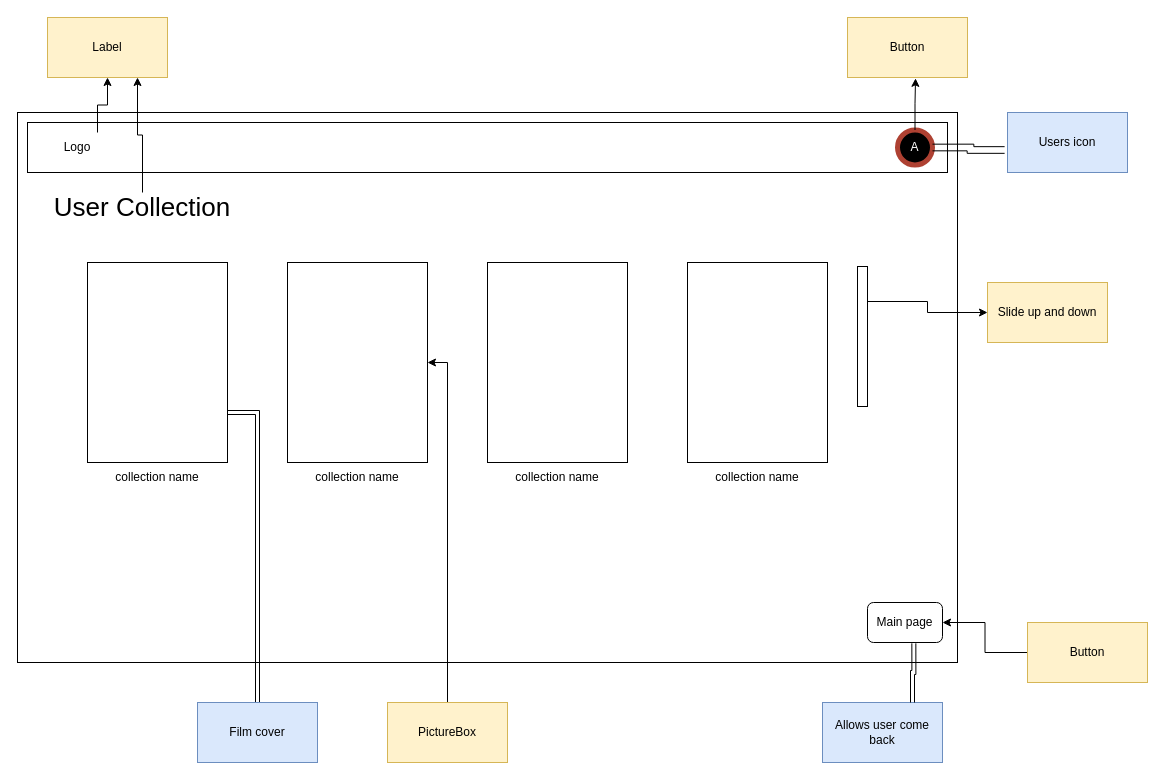
This is page "Collection page" (4 of 10) of Диаграмма без названия.drawio from LisaStrsh/HSE_code, a draw.io file, before an edit. Source tidied: cells renumbered, new cells numbered last; positions are measured from the earlier drawing's top-left corner, leaving out a move shared by most shapes. Both pictures are drawn from the tidied source at 100%, with x=0, y=0 at pixel (17, 17). Pictures stored in the file or linked from it are replaced by grey dashed boxes.
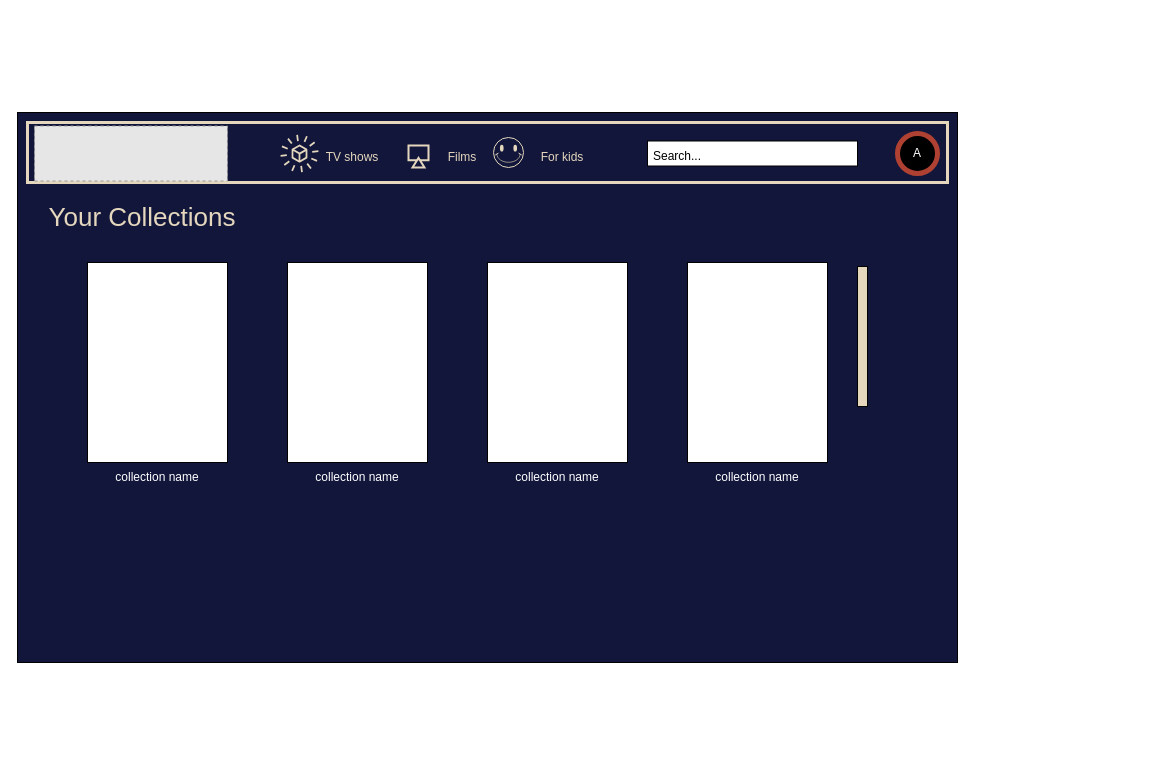
Above is the later version.

The change refers to these unchanged cells:
```xml
<mxCell id="6" value="Logo" style="text;html=1;align=center;verticalAlign=middle;whiteSpace=wrap;rounded=0;" parent="1" vertex="1">
  <mxGeometry x="20" y="115" width="80" height="30" as="geometry" />
</mxCell>
<mxCell id="9" style="rounded=0;whiteSpace=wrap;html=1;" parent="1" vertex="1">
  <mxGeometry x="70" y="245" width="140" height="200" as="geometry" />
</mxCell>
<mxCell id="10" style="rounded=0;whiteSpace=wrap;html=1;" parent="1" vertex="1">
  <mxGeometry x="270" y="245" width="140" height="200" as="geometry" />
</mxCell>
```

Change to the diagram source:
```diff
@@
-    <mxCell id="2" style="rounded=0;whiteSpace=wrap;html=1;" parent="1" vertex="1">
+    <mxCell id="2" style="rounded=0;whiteSpace=wrap;html=1;fillColor=#12163A;" parent="1" vertex="1">
       <mxGeometry y="95" width="940" height="550" as="geometry" />
     </mxCell>
-    <mxCell id="3" style="rounded=0;whiteSpace=wrap;html=1;" parent="1" vertex="1">
-      <mxGeometry x="10" y="105" width="920" height="50" as="geometry" />
+    <mxCell id="3" style="rounded=0;whiteSpace=wrap;html=1;fillColor=#12163A;strokeWidth=3;strokeColor=#E4D7BE;" parent="1" vertex="1">
+      <mxGeometry x="10" y="105" width="920" height="60" as="geometry" />
     </mxCell>
-    <mxCell id="4" value="&lt;font color=&quot;#ffffff&quot;&gt;&lt;span style=&quot;caret-color: rgb(255, 255, 255);&quot;&gt;А&lt;/span&gt;&lt;/font&gt;" style="ellipse;whiteSpace=wrap;html=1;fillColor=#000000;strokeColor=#ae4132;strokeWidth=5;" parent="1" vertex="1">
-      <mxGeometry x="880" y="112.5" width="35" height="35" as="geometry" />
-    </mxCell>
-    <mxCell id="5" style="edgeStyle=orthogonalEdgeStyle;rounded=0;jettySize=auto;html=1;exitX=0.75;exitY=0;exitDx=0;exitDy=0;" parent="1" edge="1" source="6" target="23">
-      <mxGeometry relative="1" as="geometry" />
-    </mxCell>
@@
-    <mxCell id="7" style="edgeStyle=orthogonalEdgeStyle;rounded=0;jettySize=auto;html=1;exitX=0.5;exitY=0;exitDx=0;exitDy=0;entryX=0.75;entryY=1;entryDx=0;entryDy=0;" parent="1" edge="1" source="8" target="23">
-      <mxGeometry relative="1" as="geometry" />
-    </mxCell>
-    <mxCell id="8" value="User Collection" style="text;html=1;align=center;verticalAlign=middle;whiteSpace=wrap;rounded=0;fontSize=26;" parent="1" vertex="1">
-      <mxGeometry x="10" y="175" width="230" height="30" as="geometry" />
+    <mxCell id="8" value="Your Collections" style="text;html=1;align=center;verticalAlign=middle;whiteSpace=wrap;rounded=0;fontSize=26;fontColor=#E4D7BE;" parent="1" vertex="1">
+      <mxGeometry x="10" y="185" width="230" height="30" as="geometry" />
     </mxCell>
@@
-    <mxCell id="13" value="&lt;span style=&quot;font-size: 12.000001px;&quot;&gt;collection name&lt;/span&gt;" style="text;html=1;align=center;verticalAlign=middle;whiteSpace=wrap;rounded=0;" parent="1" vertex="1">
+    <mxCell id="13" value="&lt;span style=&quot;font-size: 12.000001px;&quot;&gt;collection name&lt;/span&gt;" style="text;html=1;align=center;verticalAlign=middle;whiteSpace=wrap;rounded=0;fontColor=#FFFFFF;" parent="1" vertex="1">
       <mxGeometry x="75" y="445" width="130" height="30" as="geometry" />
     </mxCell>
-    <mxCell id="14" value="&lt;span style=&quot;font-size: 12.000001px;&quot;&gt;collection name&lt;/span&gt;" style="text;html=1;align=center;verticalAlign=middle;whiteSpace=wrap;rounded=0;" parent="1" vertex="1">
+    <mxCell id="14" value="&lt;span style=&quot;font-size: 12.000001px;&quot;&gt;collection name&lt;/span&gt;" style="text;html=1;align=center;verticalAlign=middle;whiteSpace=wrap;rounded=0;fontColor=#FFFFFF;" parent="1" vertex="1">
       <mxGeometry x="275" y="445" width="130" height="30" as="geometry" />
     </mxCell>
-    <mxCell id="15" value="&lt;span style=&quot;font-size: 12.000001px;&quot;&gt;collection name&lt;/span&gt;" style="text;html=1;align=center;verticalAlign=middle;whiteSpace=wrap;rounded=0;" parent="1" vertex="1">
+    <mxCell id="15" value="&lt;span style=&quot;font-size: 12.000001px;&quot;&gt;collection name&lt;/span&gt;" style="text;html=1;align=center;verticalAlign=middle;whiteSpace=wrap;rounded=0;fontColor=#FFFFFF;" parent="1" vertex="1">
       <mxGeometry x="475" y="445" width="130" height="30" as="geometry" />
     </mxCell>
-    <mxCell id="16" value="&lt;span style=&quot;font-size: 12.000001px;&quot;&gt;collection name&lt;/span&gt;" style="text;html=1;align=center;verticalAlign=middle;whiteSpace=wrap;rounded=0;" parent="1" vertex="1">
+    <mxCell id="16" value="&lt;span style=&quot;font-size: 12.000001px;&quot;&gt;collection name&lt;/span&gt;" style="text;html=1;align=center;verticalAlign=middle;whiteSpace=wrap;rounded=0;fontColor=#FFFFFF;" parent="1" vertex="1">
       <mxGeometry x="675" y="445" width="130" height="30" as="geometry" />
     </mxCell>
-    <mxCell id="17" value="Main page" style="rounded=1;whiteSpace=wrap;html=1;" parent="1" vertex="1">
-      <mxGeometry x="850" y="585" width="75" height="40" as="geometry" />
-    </mxCell>
-    <mxCell id="18" style="edgeStyle=orthogonalEdgeStyle;rounded=0;jettySize=auto;html=1;exitX=1;exitY=0.25;exitDx=0;exitDy=0;entryX=0;entryY=0.5;entryDx=0;entryDy=0;" parent="1" edge="1" source="19" target="20">
-      <mxGeometry relative="1" as="geometry" />
-    </mxCell>
-    <mxCell id="19" style="rounded=0;whiteSpace=wrap;html=1;" parent="1" vertex="1">
+    <mxCell id="19" style="rounded=0;whiteSpace=wrap;html=1;fillColor=#E4D7BE;" parent="1" vertex="1">
       <mxGeometry x="840" y="249" width="10" height="140" as="geometry" />
     </mxCell>
-    <mxCell id="20" value="Slide up and down" style="rounded=0;whiteSpace=wrap;html=1;fillColor=#fff2cc;strokeColor=#d6b656;" parent="1" vertex="1">
-      <mxGeometry x="970" y="265" width="120" height="60" as="geometry" />
-    </mxCell>
-    <mxCell id="21" value="Button" style="rounded=0;whiteSpace=wrap;html=1;fillColor=#fff2cc;strokeColor=#d6b656;" parent="1" vertex="1">
-      <mxGeometry x="830" width="120" height="60" as="geometry" />
-    </mxCell>
-    <mxCell id="22" value="Users icon" style="rounded=0;whiteSpace=wrap;html=1;fillColor=#dae8fc;strokeColor=#6c8ebf;" parent="1" vertex="1">
-      <mxGeometry x="990" y="95" width="120" height="60" as="geometry" />
-    </mxCell>
-    <mxCell id="23" value="Label" style="rounded=0;whiteSpace=wrap;html=1;fillColor=#fff2cc;strokeColor=#d6b656;" parent="1" vertex="1">
-      <mxGeometry x="30" width="120" height="60" as="geometry" />
-    </mxCell>
-    <mxCell id="24" style="edgeStyle=orthogonalEdgeStyle;rounded=0;jettySize=auto;html=1;exitX=0.5;exitY=0;exitDx=0;exitDy=0;entryX=1;entryY=0.75;entryDx=0;entryDy=0;shape=link;" parent="1" edge="1" source="25" target="9">
-      <mxGeometry relative="1" as="geometry" />
-    </mxCell>
-    <mxCell id="25" value="Film cover" style="rounded=0;whiteSpace=wrap;html=1;fillColor=#dae8fc;strokeColor=#6c8ebf;" parent="1" vertex="1">
-      <mxGeometry x="180" y="685" width="120" height="60" as="geometry" />
-    </mxCell>
-    <mxCell id="26" style="edgeStyle=orthogonalEdgeStyle;rounded=0;jettySize=auto;html=1;exitX=0.5;exitY=0;exitDx=0;exitDy=0;entryX=1;entryY=0.5;entryDx=0;entryDy=0;" parent="1" edge="1" source="27" target="10">
-      <mxGeometry relative="1" as="geometry" />
-    </mxCell>
-    <mxCell id="27" value="PictureBox" style="rounded=0;whiteSpace=wrap;html=1;fillColor=#fff2cc;strokeColor=#d6b656;" parent="1" vertex="1">
-      <mxGeometry x="370" y="685" width="120" height="60" as="geometry" />
-    </mxCell>
-    <mxCell id="28" style="edgeStyle=orthogonalEdgeStyle;rounded=0;jettySize=auto;html=1;exitX=0;exitY=0.5;exitDx=0;exitDy=0;entryX=1;entryY=0.5;entryDx=0;entryDy=0;" parent="1" edge="1" source="29" target="17">
-      <mxGeometry relative="1" as="geometry" />
-    </mxCell>
-    <mxCell id="29" value="Button" style="rounded=0;whiteSpace=wrap;html=1;fillColor=#fff2cc;strokeColor=#d6b656;" parent="1" vertex="1">
-      <mxGeometry x="1010" y="605" width="120" height="60" as="geometry" />
-    </mxCell>
-    <mxCell id="30" value="Allows user come back" style="rounded=0;whiteSpace=wrap;html=1;fillColor=#dae8fc;strokeColor=#6c8ebf;" parent="1" vertex="1">
-      <mxGeometry x="805" y="685" width="120" height="60" as="geometry" />
-    </mxCell>
-    <mxCell id="31" style="edgeStyle=orthogonalEdgeStyle;rounded=0;jettySize=auto;html=1;exitX=0.75;exitY=0;exitDx=0;exitDy=0;entryX=0.618;entryY=1.021;entryDx=0;entryDy=0;entryPerimeter=0;shape=link;" parent="1" edge="1" source="30" target="17">
-      <mxGeometry relative="1" as="geometry" />
-    </mxCell>
-    <mxCell id="32" style="edgeStyle=orthogonalEdgeStyle;rounded=0;jettySize=auto;html=1;exitX=0.5;exitY=0;exitDx=0;exitDy=0;entryX=0.567;entryY=1.014;entryDx=0;entryDy=0;entryPerimeter=0;" parent="1" edge="1" source="4" target="21">
-      <mxGeometry relative="1" as="geometry" />
-    </mxCell>
-    <mxCell id="33" style="edgeStyle=orthogonalEdgeStyle;rounded=0;jettySize=auto;html=1;exitX=1;exitY=0.5;exitDx=0;exitDy=0;entryX=-0.024;entryY=0.625;entryDx=0;entryDy=0;entryPerimeter=0;shape=link;width=6.666666666666668;" parent="1" edge="1" source="4" target="22">
-      <mxGeometry relative="1" as="geometry">
-        <Array as="points">
-          <mxPoint x="953" y="130" />
-          <mxPoint x="953" y="133" />
-        </Array>
-      </mxGeometry>
-    </mxCell>
+    <mxCell id="34" style="fillColor=#E6E6E6;strokeColor=#999999;dashed=1;verticalLabelPosition=bottom;labelBackgroundColor=#000000;verticalAlign=top;" parent="1" vertex="1">
+      <mxGeometry x="17" y="108.5" width="193" height="55" as="geometry" />
+    </mxCell>
+    <mxCell id="4" value="&lt;font color=&quot;#ffffff&quot;&gt;&lt;span style=&quot;caret-color: rgb(255, 255, 255);&quot;&gt;А&lt;/span&gt;&lt;/font&gt;" style="ellipse;whiteSpace=wrap;html=1;fillColor=#000000;strokeColor=#ae4132;strokeWidth=5;" parent="1" vertex="1">
+      <mxGeometry x="880" y="116" width="40" height="40" as="geometry" />
+    </mxCell>
+    <mxCell id="35" value="Films" style="text;html=1;align=center;verticalAlign=middle;whiteSpace=wrap;rounded=0;fontColor=#E4D7BE;" parent="1" vertex="1">
+      <mxGeometry x="414.5" y="125" width="60" height="30" as="geometry" />
+    </mxCell>
+    <mxCell id="36" value="For kids" style="text;html=1;align=center;verticalAlign=middle;whiteSpace=wrap;rounded=0;fontColor=#E4D7BE;" parent="1" vertex="1">
+      <mxGeometry x="514.5" y="125" width="60" height="30" as="geometry" />
+    </mxCell>
+    <mxCell id="37" style="rounded=0;whiteSpace=wrap;html=1;" parent="1" vertex="1">
+      <mxGeometry x="630" y="123.5" width="210" height="25" as="geometry" />
+    </mxCell>
+    <mxCell id="38" value="TV shows" style="text;html=1;align=center;verticalAlign=middle;whiteSpace=wrap;rounded=0;fontColor=#E4D7BE;" parent="1" vertex="1">
+      <mxGeometry x="304.5" y="125" width="60" height="30" as="geometry" />
+    </mxCell>
+    <mxCell id="39" style="html=1;verticalLabelPosition=bottom;align=center;labelBackgroundColor=#ffffff;verticalAlign=top;strokeWidth=2;strokeColor=#E4D7BE;shadow=0;dashed=0;shape=mxgraph.ios7.icons.move_to_folder;fillColor=#12163a;" parent="1" vertex="1">
+      <mxGeometry x="391" y="128" width="20" height="22" as="geometry" />
+    </mxCell>
+    <mxCell id="40" style="sketch=0;fontColor=#232F3E;gradientColor=none;fillColor=#E4D7BE;strokeColor=none;dashed=0;verticalLabelPosition=bottom;verticalAlign=top;align=center;html=1;fontSize=12;fontStyle=0;shape=mxgraph.aws4.eventbridge_saas_partner_event_bus_resource;" parent="1" vertex="1">
+      <mxGeometry x="263" y="117" width="38" height="38" as="geometry" />
+    </mxCell>
+    <mxCell id="41" style="verticalLabelPosition=bottom;verticalAlign=top;html=1;shape=mxgraph.basic.smiley;fillColor=#12163a;strokeColor=#E4D7BE;" parent="1" vertex="1">
+      <mxGeometry x="476" y="120" width="30" height="30" as="geometry" />
+    </mxCell>
+    <mxCell id="42" value="Search..." style="text;html=1;align=center;verticalAlign=middle;whiteSpace=wrap;rounded=0;" parent="1" vertex="1">
+      <mxGeometry x="630" y="123.5" width="60" height="30" as="geometry" />
+    </mxCell>
```
